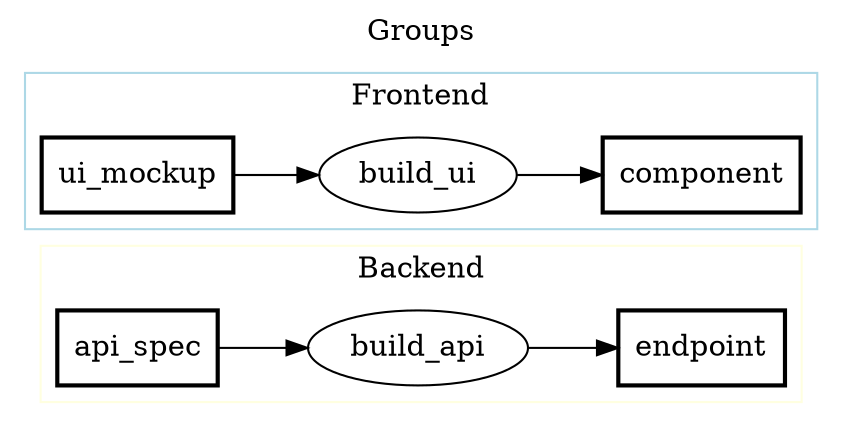
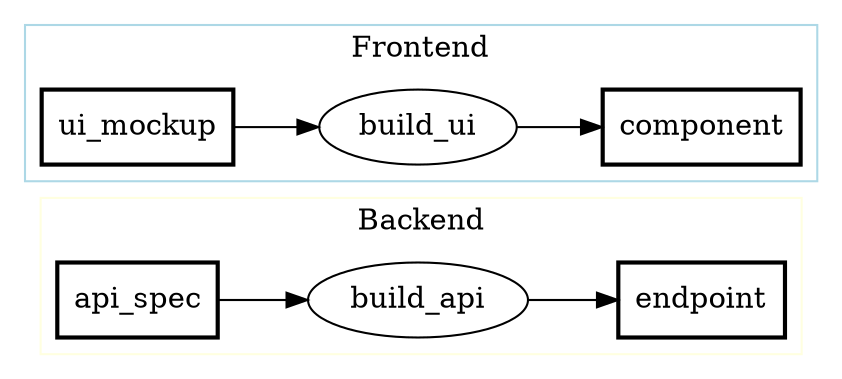
digraph PFDSL {
  rankdir=LR;
  newrank=true;
-   label="Groups";
-   labelloc="t";

  subgraph cluster_backend {
    label="Backend";
    color="lightyellow";
    "api_spec" [shape=box, label="api_spec", penwidth="2"];
    "build_api" [shape=ellipse, label="build_api"];
    "endpoint" [shape=box, label="endpoint", penwidth="2"];
  }
  subgraph cluster_frontend {
    label="Frontend";
    color="lightblue";
    "build_ui" [shape=ellipse, label="build_ui"];
    "component" [shape=box, label="component", penwidth="2"];
    "ui_mockup" [shape=box, label="ui_mockup", penwidth="2"];
  }

  "api_spec" -> "build_api";
  "build_api" -> "endpoint";
  "ui_mockup" -> "build_ui";
  "build_ui" -> "component";
}
